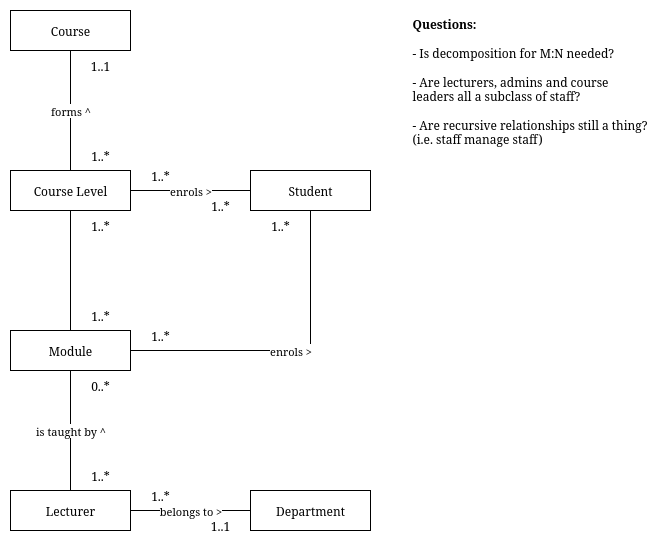
This is track1/assets/1b.drawio.png from TotalDwarf03/IS3S662-advanced-databases-and-modelling, a draw.io export, as it was before one commit. Source tidied: cells renumbered, new cells last; positions are measured from the earlier drawing's top-left corner, leaving out a move shared by most shapes.
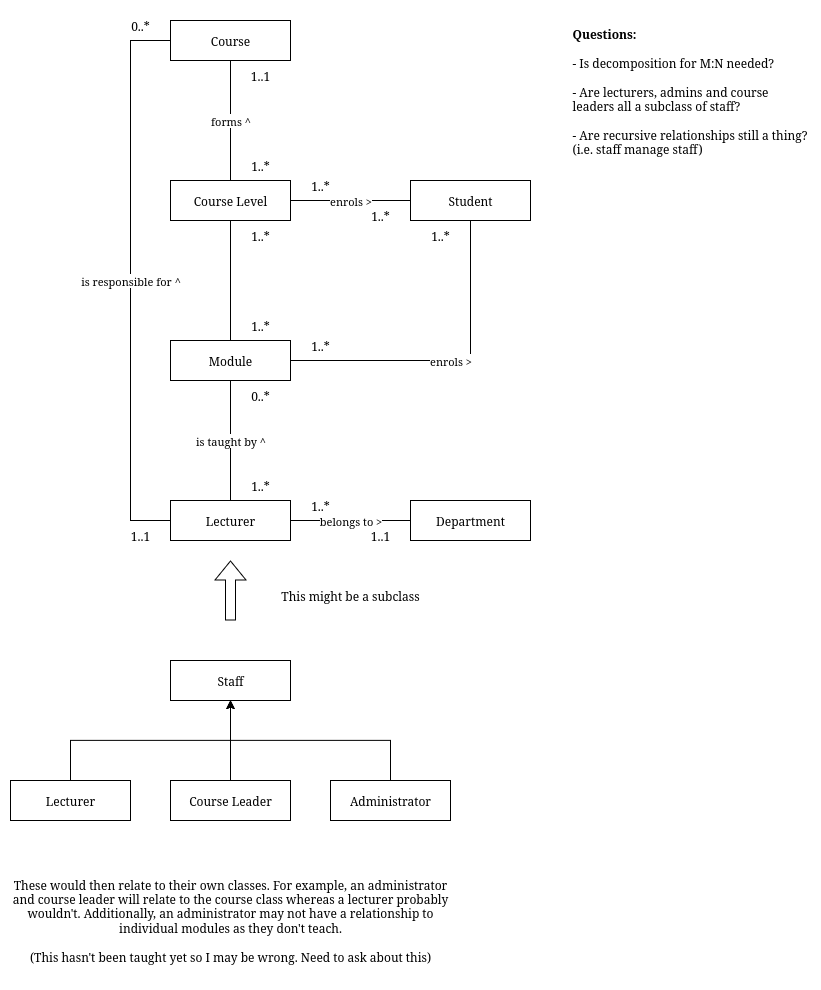
After the commit.

Commit message:
update 1b class diagram

- Add lecturer to course relationship
- Add context on potential subclass

Change to the diagram source:
```diff
@@ -29,6 +29,14 @@
     <mxCell id="10" value="belongs to &amp;gt;" style="edgeStyle=orthogonalEdgeStyle;rounded=0;jettySize=auto;html=1;exitX=1;exitY=0.5;exitDx=0;exitDy=0;endArrow=none;endFill=0;" parent="1" edge="1" source="11" target="13">
       <mxGeometry relative="1" as="geometry" />
     </mxCell>
+    <mxCell id="27" value="is responsible for ^" style="edgeStyle=orthogonalEdgeStyle;rounded=0;jettySize=auto;html=1;exitX=0;exitY=0.5;exitDx=0;exitDy=0;endArrow=none;endFill=0;" parent="1" edge="1" source="11" target="3">
+      <mxGeometry relative="1" as="geometry">
+        <Array as="points">
+          <mxPoint x="-40" y="500" />
+          <mxPoint x="-40" y="20" />
+        </Array>
+      </mxGeometry>
+    </mxCell>
     <mxCell id="11" value="Lecturer" style="rounded=0;whiteSpace=wrap;html=1;" parent="1" vertex="1">
       <mxGeometry y="480" width="120" height="40" as="geometry" />
     </mxCell>
@@ -77,5 +85,44 @@
     <mxCell id="26" value="1..1" style="text;html=1;align=center;verticalAlign=middle;whiteSpace=wrap;rounded=0;" parent="1" vertex="1">
       <mxGeometry x="180" y="500" width="60" height="30" as="geometry" />
     </mxCell>
+    <mxCell id="28" value="1..1" style="text;html=1;align=center;verticalAlign=middle;whiteSpace=wrap;rounded=0;" parent="1" vertex="1">
+      <mxGeometry x="-60" y="500" width="60" height="30" as="geometry" />
+    </mxCell>
+    <mxCell id="29" value="0..*" style="text;html=1;align=center;verticalAlign=middle;whiteSpace=wrap;rounded=0;" parent="1" vertex="1">
+      <mxGeometry x="-60" y="-10" width="60" height="30" as="geometry" />
+    </mxCell>
+    <mxCell id="30" style="shape=flexArrow;endArrow=classic;html=1;rounded=0;" parent="1" edge="1">
+      <mxGeometry relative="1" as="geometry">
+        <mxPoint x="60" y="600" as="sourcePoint" />
+        <mxPoint x="60" y="540" as="targetPoint" />
+      </mxGeometry>
+    </mxCell>
+    <mxCell id="31" value="This might be a subclass" style="text;html=1;align=center;verticalAlign=middle;whiteSpace=wrap;rounded=0;" parent="1" vertex="1">
+      <mxGeometry x="80" y="560" width="200" height="30" as="geometry" />
+    </mxCell>
+    <mxCell id="32" style="edgeStyle=orthogonalEdgeStyle;rounded=0;jettySize=auto;html=1;exitX=0.5;exitY=1;exitDx=0;exitDy=0;endArrow=none;endFill=0;startArrow=classic;startFill=1;" parent="1" edge="1" source="35" target="37">
+      <mxGeometry relative="1" as="geometry" />
+    </mxCell>
+    <mxCell id="33" style="edgeStyle=orthogonalEdgeStyle;rounded=0;jettySize=auto;html=1;exitX=0.5;exitY=1;exitDx=0;exitDy=0;endArrow=none;endFill=0;startArrow=classic;startFill=1;" parent="1" edge="1" source="35" target="36">
+      <mxGeometry relative="1" as="geometry" />
+    </mxCell>
+    <mxCell id="34" style="edgeStyle=orthogonalEdgeStyle;rounded=0;jettySize=auto;html=1;exitX=0.5;exitY=1;exitDx=0;exitDy=0;endArrow=none;endFill=0;startArrow=classic;startFill=1;" parent="1" edge="1" source="35" target="38">
+      <mxGeometry relative="1" as="geometry" />
+    </mxCell>
+    <mxCell id="35" value="Staff" style="rounded=0;whiteSpace=wrap;html=1;" parent="1" vertex="1">
+      <mxGeometry y="640" width="120" height="40" as="geometry" />
+    </mxCell>
+    <mxCell id="36" value="Course Leader" style="rounded=0;whiteSpace=wrap;html=1;" parent="1" vertex="1">
+      <mxGeometry y="760" width="120" height="40" as="geometry" />
+    </mxCell>
+    <mxCell id="37" value="Lecturer" style="rounded=0;whiteSpace=wrap;html=1;" parent="1" vertex="1">
+      <mxGeometry x="-160" y="760" width="120" height="40" as="geometry" />
+    </mxCell>
+    <mxCell id="38" value="Administrator" style="rounded=0;whiteSpace=wrap;html=1;" parent="1" vertex="1">
+      <mxGeometry x="160" y="760" width="120" height="40" as="geometry" />
+    </mxCell>
+    <mxCell id="39" value="&lt;div&gt;These would then relate to their own classes. For example, an administrator and course leader will relate to the course class whereas a lecturer probably wouldn't. Additionally, an administrator may not have a relationship to individual modules as they don't teach.&lt;/div&gt;&lt;div&gt;&lt;br&gt;&lt;/div&gt;&lt;div&gt;(This hasn't been taught yet so I may be wrong. Need to ask about this)&lt;/div&gt;" style="text;html=1;align=center;verticalAlign=middle;whiteSpace=wrap;rounded=0;" parent="1" vertex="1">
+      <mxGeometry x="-160" y="840" width="440" height="120" as="geometry" />
+    </mxCell>
   </root>
 </mxGraphModel>
```
